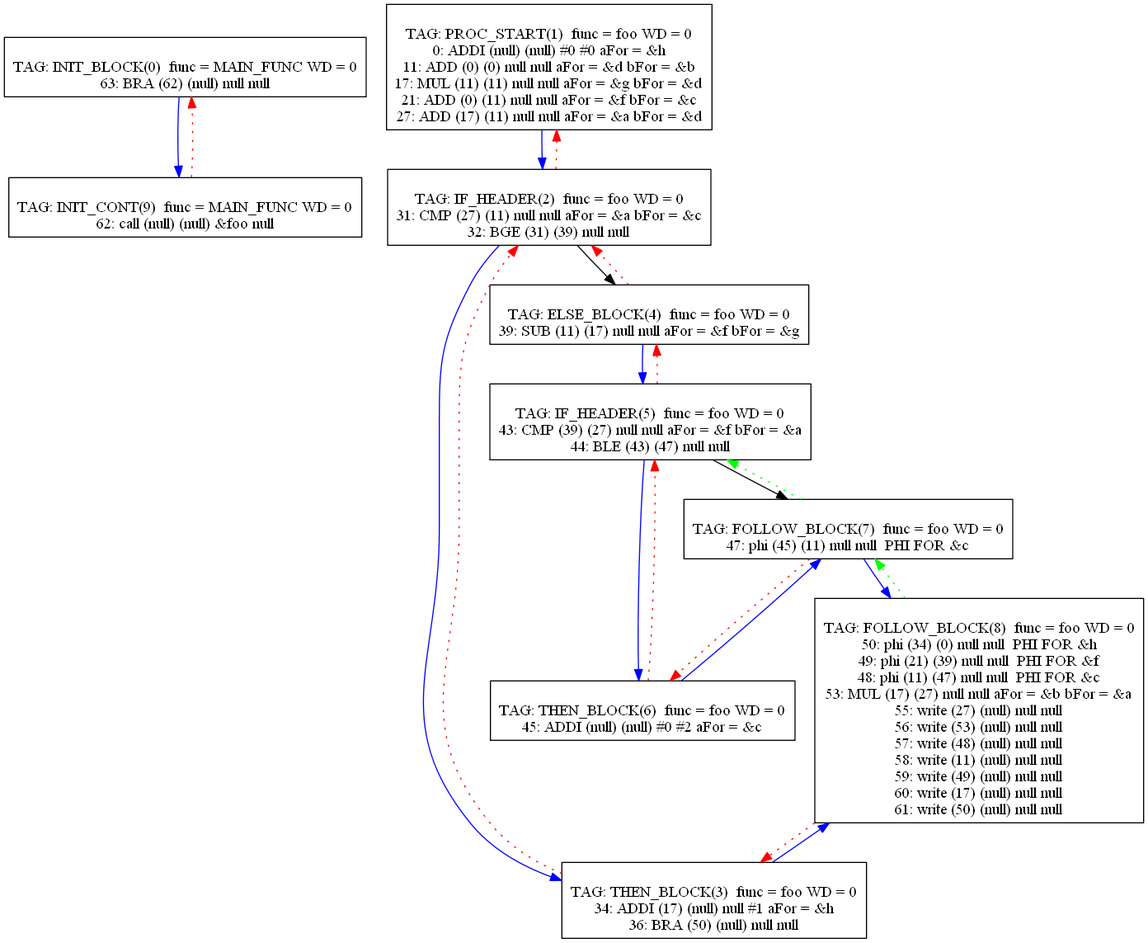
Before: Compiler/18graph.png, a diagram exported from Graphviz (mbajaj92/Project-Astoria). Its source is kept beside it as Compiler/18graph.dot. The source it was exported from:
```dot
digraph {
0[label="
TAG: INIT_BLOCK(0)  func = MAIN_FUNC WD = 0
63: BRA (62) (null) null null
"];
0[shape=box];
0 -> 9[color=blue]
1[label="
TAG: PROC_START(1)  func = foo WD = 0
0: ADDI (null) (null) #0 #0 aFor = &h
11: ADD (0) (0) null null aFor = &d bFor = &b
17: MUL (11) (11) null null aFor = &g bFor = &d
21: ADD (0) (11) null null aFor = &f bFor = &c
27: ADD (17) (11) null null aFor = &a bFor = &d
"];
1[shape=box];
1 -> 2[color=blue]
2[label="
TAG: IF_HEADER(2)  func = foo WD = 0
31: CMP (27) (11) null null aFor = &a bFor = &c
32: BGE (31) (39) null null
"];
2[shape=box];
2 -> 3[color=blue]
2 -> 4[color=black]
2 -> 1[color=red][style=dotted]
3[label="
TAG: THEN_BLOCK(3)  func = foo WD = 0
34: ADDI (17) (null) null #1 aFor = &h
36: BRA (50) (null) null null
"];
3[shape=box];
3 -> 8[color=blue]
3 -> 2[color=red][style=dotted]
4[label="
TAG: ELSE_BLOCK(4)  func = foo WD = 0
39: SUB (11) (17) null null aFor = &f bFor = &g
"];
4[shape=box];
4 -> 5[color=blue]
4 -> 2[color=red][style=dotted]
5[label="
TAG: IF_HEADER(5)  func = foo WD = 0
43: CMP (39) (27) null null aFor = &f bFor = &a
44: BLE (43) (47) null null
"];
5[shape=box];
5 -> 6[color=blue]
5 -> 7[color=black]
5 -> 4[color=red][style=dotted]
6[label="
TAG: THEN_BLOCK(6)  func = foo WD = 0
45: ADDI (null) (null) #0 #2 aFor = &c
"];
6[shape=box];
6 -> 7[color=blue]
6 -> 5[color=red][style=dotted]
7[label="
TAG: FOLLOW_BLOCK(7)  func = foo WD = 0
47: phi (45) (11) null null  PHI FOR &c
"];
7[shape=box];
7 -> 8[color=blue]
7 -> 6[color=red][style=dotted]
7 -> 5[color=green][style=dotted]
8[label="
TAG: FOLLOW_BLOCK(8)  func = foo WD = 0
50: phi (34) (0) null null  PHI FOR &h
49: phi (21) (39) null null  PHI FOR &f
48: phi (11) (47) null null  PHI FOR &c
53: MUL (17) (27) null null aFor = &b bFor = &a
55: write (27) (null) null null
56: write (53) (null) null null
57: write (48) (null) null null
58: write (11) (null) null null
59: write (49) (null) null null
60: write (17) (null) null null
61: write (50) (null) null null
"];
8[shape=box];
8 -> 3[color=red][style=dotted]
8 -> 7[color=green][style=dotted]
9[label="
TAG: INIT_CONT(9)  func = MAIN_FUNC WD = 0
62: call (null) (null) &foo null
"];
9[shape=box];
9 -> 0[color=red][style=dotted]
}
```
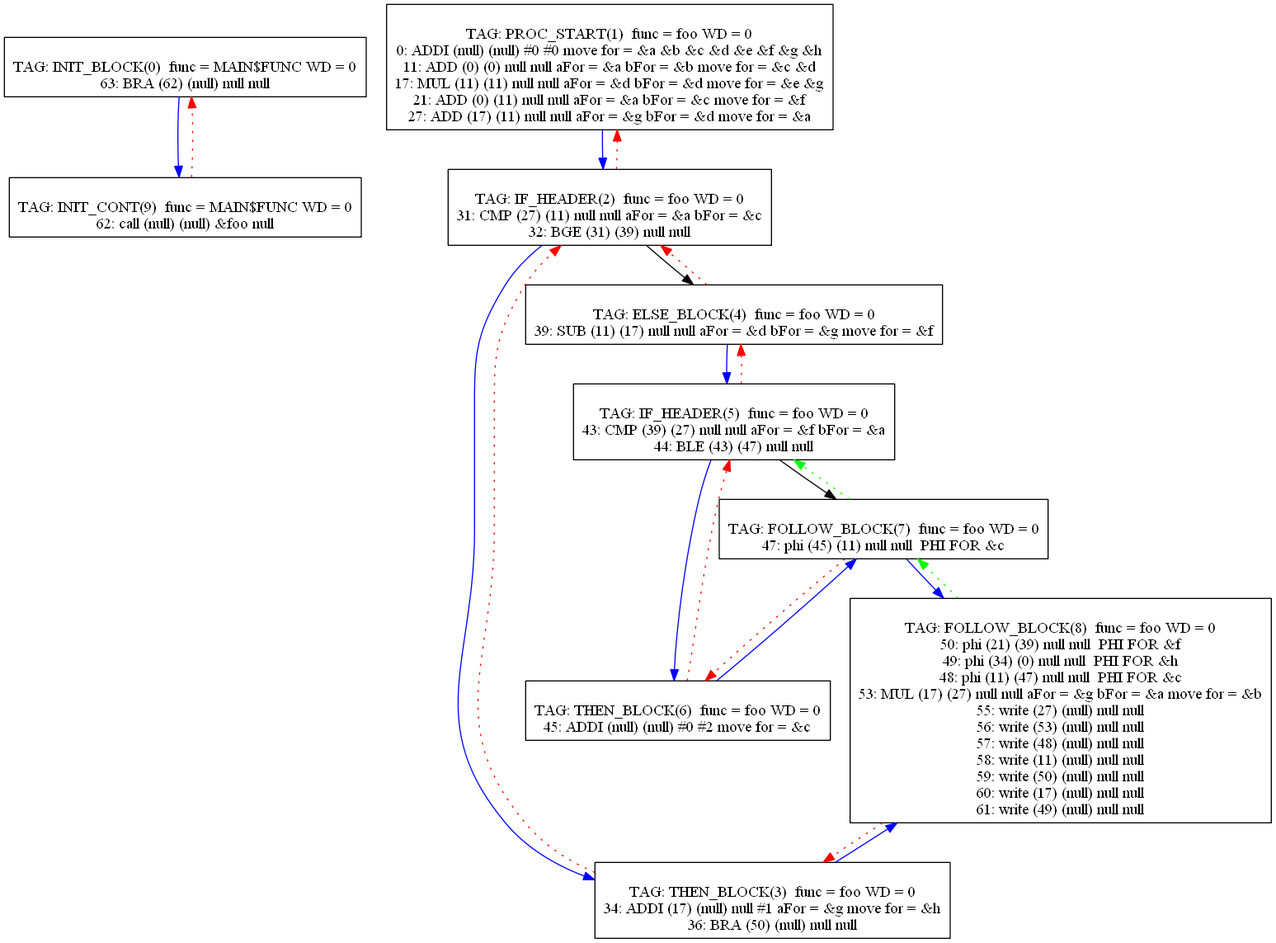
After the commit.

The edit, as a diff of the source:
```diff
@@ -1,17 +1,17 @@
 digraph {
 0[label="
-TAG: INIT_BLOCK(0)  func = MAIN_FUNC WD = 0
+TAG: INIT_BLOCK(0)  func = MAIN$FUNC WD = 0
 63: BRA (62) (null) null null
 "];
 0[shape=box];
 0 -> 9[color=blue]
 1[label="
 TAG: PROC_START(1)  func = foo WD = 0
-0: ADDI (null) (null) #0 #0 aFor = &h
-11: ADD (0) (0) null null aFor = &d bFor = &b
-17: MUL (11) (11) null null aFor = &g bFor = &d
-21: ADD (0) (11) null null aFor = &f bFor = &c
-27: ADD (17) (11) null null aFor = &a bFor = &d
+0: ADDI (null) (null) #0 #0 move for = &a &b &c &d &e &f &g &h
+11: ADD (0) (0) null null aFor = &a bFor = &b move for = &c &d
+17: MUL (11) (11) null null aFor = &d bFor = &d move for = &e &g
+21: ADD (0) (11) null null aFor = &a bFor = &c move for = &f
+27: ADD (17) (11) null null aFor = &g bFor = &d move for = &a
 "];
 1[shape=box];
 1 -> 2[color=blue]
@@ -26,7 +26,7 @@
 2 -> 1[color=red][style=dotted]
 3[label="
 TAG: THEN_BLOCK(3)  func = foo WD = 0
-34: ADDI (17) (null) null #1 aFor = &h
+34: ADDI (17) (null) null #1 aFor = &g move for = &h
 36: BRA (50) (null) null null
 "];
 3[shape=box];
@@ -34,7 +34,7 @@
 3 -> 2[color=red][style=dotted]
 4[label="
 TAG: ELSE_BLOCK(4)  func = foo WD = 0
-39: SUB (11) (17) null null aFor = &f bFor = &g
+39: SUB (11) (17) null null aFor = &d bFor = &g move for = &f
 "];
 4[shape=box];
 4 -> 5[color=blue]
@@ -50,7 +50,7 @@
 5 -> 4[color=red][style=dotted]
 6[label="
 TAG: THEN_BLOCK(6)  func = foo WD = 0
-45: ADDI (null) (null) #0 #2 aFor = &c
+45: ADDI (null) (null) #0 #2 move for = &c
 "];
 6[shape=box];
 6 -> 7[color=blue]
@@ -65,23 +65,23 @@
 7 -> 5[color=green][style=dotted]
 8[label="
 TAG: FOLLOW_BLOCK(8)  func = foo WD = 0
-50: phi (34) (0) null null  PHI FOR &h
-49: phi (21) (39) null null  PHI FOR &f
+50: phi (21) (39) null null  PHI FOR &f
+49: phi (34) (0) null null  PHI FOR &h
 48: phi (11) (47) null null  PHI FOR &c
-53: MUL (17) (27) null null aFor = &b bFor = &a
+53: MUL (17) (27) null null aFor = &g bFor = &a move for = &b
 55: write (27) (null) null null
 56: write (53) (null) null null
 57: write (48) (null) null null
 58: write (11) (null) null null
-59: write (49) (null) null null
+59: write (50) (null) null null
 60: write (17) (null) null null
-61: write (50) (null) null null
+61: write (49) (null) null null
 "];
 8[shape=box];
 8 -> 3[color=red][style=dotted]
 8 -> 7[color=green][style=dotted]
 9[label="
-TAG: INIT_CONT(9)  func = MAIN_FUNC WD = 0
+TAG: INIT_CONT(9)  func = MAIN$FUNC WD = 0
 62: call (null) (null) &foo null
 "];
 9[shape=box];
```
